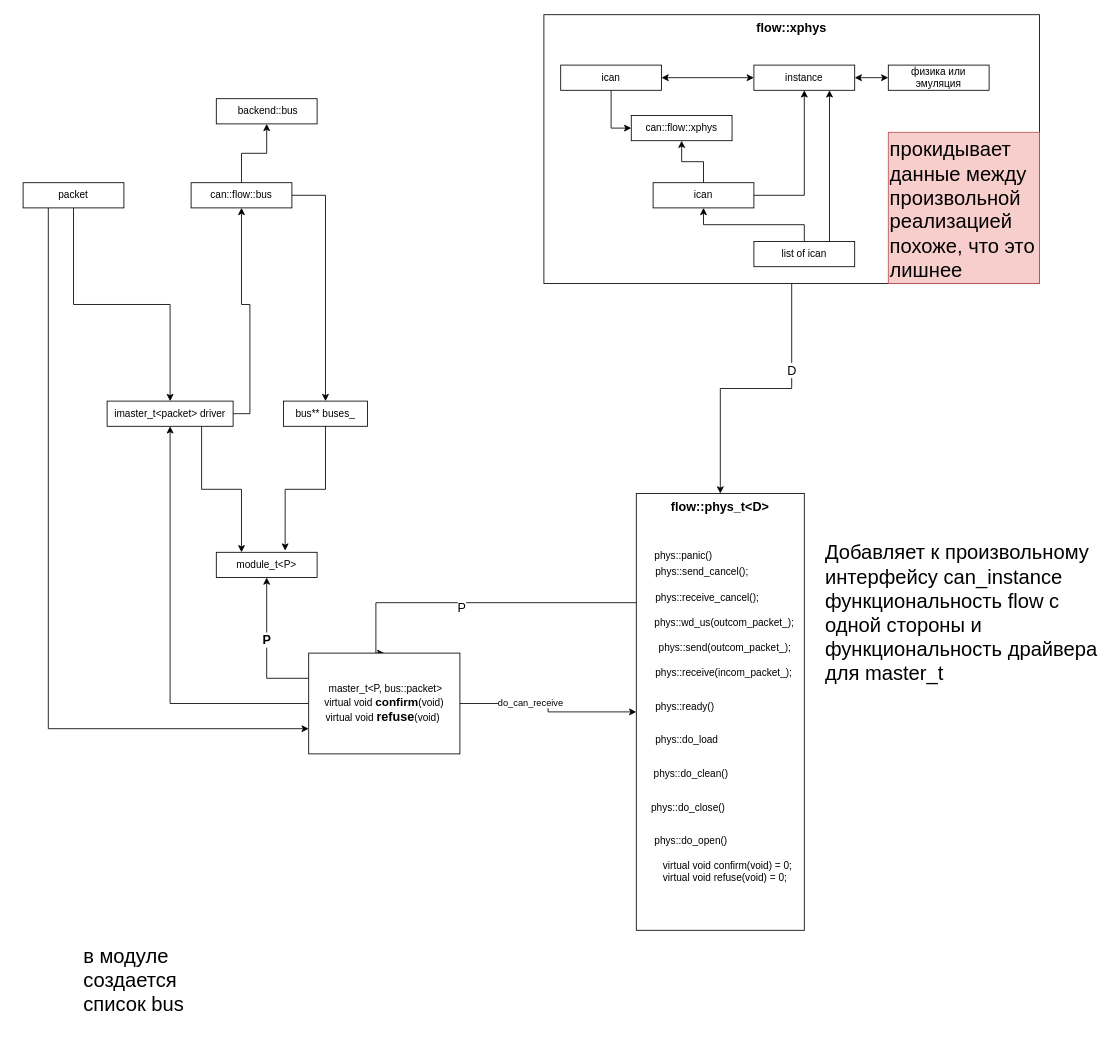
Earlier version of the draw.io diagram content/doc/burst/servo_can_flow_modules.drawio (roboscales/robosd-pp). Source tidied: cells renumbered, new cells numbered last; positions are measured from the earlier drawing's top-left corner, leaving out a move shared by most shapes. Both pictures are drawn from the tidied source at 84%, with x=0, y=0 at pixel (23, 14).
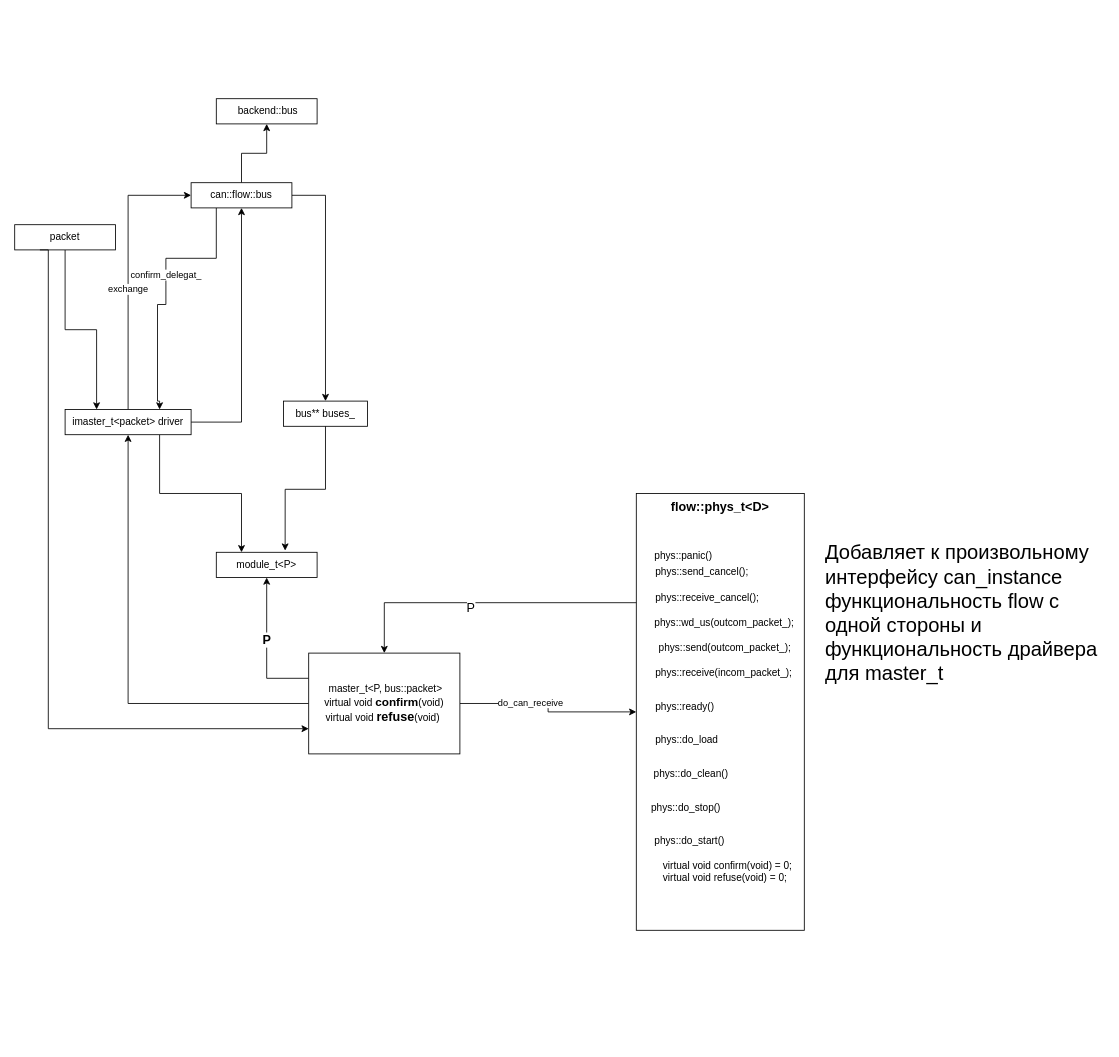
After the change.

The change refers to these unchanged cells:
```xml
<mxCell id="2" value="&lt;b&gt;&lt;font style=&quot;font-size: 15px;&quot;&gt;flow::phys_t&amp;lt;D&amp;gt;&lt;/font&gt;&lt;/b&gt;" style="rounded=0;whiteSpace=wrap;html=1;verticalAlign=top;" parent="1" vertex="1">
  <mxGeometry x="730" y="570" width="200" height="520" as="geometry" />
</mxCell>
<mxCell id="9" value="can::flow::bus" style="rounded=0;whiteSpace=wrap;html=1;" parent="1" vertex="1">
  <mxGeometry x="200" y="200" width="120" height="30" as="geometry" />
</mxCell>
<mxCell id="52" value="&amp;nbsp;master_t&amp;lt;P, bus::packet&amp;gt;&lt;div&gt;&lt;span style=&quot;text-align: left;&quot;&gt;virtual void &lt;b&gt;&lt;font style=&quot;font-size: 14px;&quot;&gt;confirm&lt;/font&gt;&lt;/b&gt;(void)&lt;/span&gt;&lt;br style=&quot;padding: 0px; margin: 0px; text-align: left;&quot;&gt;&lt;span style=&quot;text-align: left;&quot;&gt;virtual void &lt;b&gt;&lt;font style=&quot;font-size: 15px;&quot;&gt;refuse&lt;/font&gt;&lt;/b&gt;(void)&amp;nbsp;&lt;/span&gt;&lt;/div&gt;" style="rounded=0;whiteSpace=wrap;html=1;" parent="1" vertex="1">
  <mxGeometry x="340" y="760" width="180" height="120" as="geometry" />
</mxCell>
```

The edit, as a diff of the source:
```diff
@@
-    <mxCell id="3" style="edgeStyle=orthogonalEdgeStyle;rounded=0;jettySize=auto;html=1;exitX=0.5;exitY=1;exitDx=0;exitDy=0;entryX=0.5;entryY=0;entryDx=0;entryDy=0;" parent="1" edge="1" source="5" target="2">
-      <mxGeometry relative="1" as="geometry" />
-    </mxCell>
-    <mxCell id="4" value="&lt;font style=&quot;font-size: 15px;&quot;&gt;D&lt;/font&gt;" style="edgeLabel;html=1;align=center;verticalAlign=middle;" parent="3" vertex="1">
-      <mxGeometry x="-0.39" y="-1" relative="1" as="geometry" />
-    </mxCell>
-    <mxCell id="5" value="&lt;b&gt;&lt;font style=&quot;font-size: 15px;&quot;&gt;flow::xphys&lt;/font&gt;&lt;/b&gt;" style="rounded=0;whiteSpace=wrap;html=1;verticalAlign=top;" parent="1" vertex="1">
-      <mxGeometry x="620" width="590" height="320" as="geometry" />
-    </mxCell>
@@
+    <mxCell id="55" style="edgeStyle=orthogonalEdgeStyle;rounded=0;jettySize=auto;html=1;exitX=0.25;exitY=1;exitDx=0;exitDy=0;entryX=0.75;entryY=0;entryDx=0;entryDy=0;" parent="1" edge="1" source="9" target="14">
+      <mxGeometry relative="1" as="geometry">
+        <Array as="points">
+          <mxPoint x="230" y="290" />
+          <mxPoint x="170" y="290" />
+          <mxPoint x="170" y="345" />
+          <mxPoint x="160" y="345" />
+          <mxPoint x="160" y="460" />
+        </Array>
+      </mxGeometry>
+    </mxCell>
+    <mxCell id="56" value="confirm_delegat_" style="edgeLabel;html=1;align=center;verticalAlign=middle;" parent="55" vertex="1">
+      <mxGeometry x="-0.23" y="1" relative="1" as="geometry">
+        <mxPoint x="-2" y="19" as="offset" />
+      </mxGeometry>
+    </mxCell>
@@
-    <mxCell id="10" style="edgeStyle=orthogonalEdgeStyle;rounded=0;jettySize=auto;html=1;exitX=0.5;exitY=1;exitDx=0;exitDy=0;entryX=0.5;entryY=0;entryDx=0;entryDy=0;" parent="1" edge="1" source="11" target="14">
+    <mxCell id="10" style="edgeStyle=orthogonalEdgeStyle;rounded=0;jettySize=auto;html=1;exitX=0.5;exitY=1;exitDx=0;exitDy=0;entryX=0.25;entryY=0;entryDx=0;entryDy=0;" parent="1" edge="1" source="11" target="14">
       <mxGeometry relative="1" as="geometry" />
     </mxCell>
     <mxCell id="11" value="packet" style="rounded=0;whiteSpace=wrap;html=1;" parent="1" vertex="1">
-      <mxGeometry y="200" width="120" height="30" as="geometry" />
+      <mxGeometry x="-10" y="250" width="120" height="30" as="geometry" />
     </mxCell>
@@
+    <mxCell id="57" style="edgeStyle=orthogonalEdgeStyle;rounded=0;jettySize=auto;html=1;exitX=0.5;exitY=0;exitDx=0;exitDy=0;entryX=0;entryY=0.5;entryDx=0;entryDy=0;" parent="1" edge="1" source="14" target="9">
+      <mxGeometry relative="1" as="geometry" />
+    </mxCell>
+    <mxCell id="58" value="exchange" style="edgeLabel;html=1;align=center;verticalAlign=middle;" parent="57" vertex="1">
+      <mxGeometry x="-0.13" y="1" relative="1" as="geometry" />
+    </mxCell>
     <mxCell id="14" value="imaster_t&amp;lt;packet&amp;gt; driver" style="rounded=0;whiteSpace=wrap;html=1;" parent="1" vertex="1">
-      <mxGeometry x="100" y="460" width="150" height="30" as="geometry" />
+      <mxGeometry x="50" y="470" width="150" height="30" as="geometry" />
     </mxCell>
-    <mxCell id="15" style="edgeStyle=orthogonalEdgeStyle;rounded=0;jettySize=auto;html=1;exitX=0.5;exitY=0;exitDx=0;exitDy=0;entryX=0.5;entryY=1;entryDx=0;entryDy=0;" parent="1" edge="1" source="17" target="21">
-      <mxGeometry relative="1" as="geometry" />
-    </mxCell>
-    <mxCell id="16" style="edgeStyle=orthogonalEdgeStyle;rounded=0;jettySize=auto;html=1;exitX=1;exitY=0.5;exitDx=0;exitDy=0;entryX=0.5;entryY=1;entryDx=0;entryDy=0;" parent="1" edge="1" source="17" target="24">
-      <mxGeometry relative="1" as="geometry" />
-    </mxCell>
-    <mxCell id="17" value="ican" style="rounded=0;whiteSpace=wrap;html=1;" parent="1" vertex="1">
-      <mxGeometry x="750" y="200" width="120" height="30" as="geometry" />
-    </mxCell>
-    <mxCell id="18" style="edgeStyle=orthogonalEdgeStyle;rounded=0;jettySize=auto;html=1;exitX=0.5;exitY=0;exitDx=0;exitDy=0;entryX=0.5;entryY=1;entryDx=0;entryDy=0;" parent="1" edge="1" source="20" target="17">
-      <mxGeometry relative="1" as="geometry" />
-    </mxCell>
-    <mxCell id="19" style="edgeStyle=orthogonalEdgeStyle;rounded=0;jettySize=auto;html=1;exitX=0.75;exitY=0;exitDx=0;exitDy=0;entryX=0.75;entryY=1;entryDx=0;entryDy=0;" parent="1" edge="1" source="20" target="24">
-      <mxGeometry relative="1" as="geometry" />
-    </mxCell>
-    <mxCell id="20" value="list of ican" style="rounded=0;whiteSpace=wrap;html=1;" parent="1" vertex="1">
-      <mxGeometry x="870" y="270" width="120" height="30" as="geometry" />
-    </mxCell>
-    <mxCell id="21" value="can::flow::xphys" style="rounded=0;whiteSpace=wrap;html=1;" parent="1" vertex="1">
-      <mxGeometry x="724" y="120" width="120" height="30" as="geometry" />
-    </mxCell>
-    <mxCell id="22" style="edgeStyle=orthogonalEdgeStyle;rounded=0;jettySize=auto;html=1;exitX=0;exitY=0.5;exitDx=0;exitDy=0;entryX=1;entryY=0.5;entryDx=0;entryDy=0;startArrow=classic;startFill=1;" parent="1" edge="1" source="24" target="26">
-      <mxGeometry relative="1" as="geometry" />
-    </mxCell>
-    <mxCell id="23" style="edgeStyle=orthogonalEdgeStyle;rounded=0;jettySize=auto;html=1;exitX=1;exitY=0.5;exitDx=0;exitDy=0;strokeColor=default;align=center;verticalAlign=middle;fontFamily=Helvetica;fontSize=11;fontColor=default;labelBackgroundColor=default;startArrow=classic;startFill=1;endArrow=classic;" parent="1" edge="1" source="24" target="27">
-      <mxGeometry relative="1" as="geometry" />
-    </mxCell>
-    <mxCell id="24" value="instance" style="rounded=0;whiteSpace=wrap;html=1;" parent="1" vertex="1">
-      <mxGeometry x="870" y="60" width="120" height="30" as="geometry" />
-    </mxCell>
-    <mxCell id="25" style="edgeStyle=orthogonalEdgeStyle;rounded=0;jettySize=auto;html=1;exitX=0.5;exitY=1;exitDx=0;exitDy=0;entryX=0;entryY=0.5;entryDx=0;entryDy=0;" parent="1" edge="1" source="26" target="21">
-      <mxGeometry relative="1" as="geometry" />
-    </mxCell>
-    <mxCell id="26" value="ican" style="rounded=0;whiteSpace=wrap;html=1;" parent="1" vertex="1">
-      <mxGeometry x="640" y="60" width="120" height="30" as="geometry" />
-    </mxCell>
-    <mxCell id="27" value="физика или эмуляция" style="rounded=0;whiteSpace=wrap;html=1;" parent="1" vertex="1">
-      <mxGeometry x="1030" y="60" width="120" height="30" as="geometry" />
-    </mxCell>
     <mxCell id="28" style="edgeStyle=orthogonalEdgeStyle;rounded=0;jettySize=auto;html=1;exitX=0;exitY=0.25;exitDx=0;exitDy=0;entryX=0.5;entryY=0;entryDx=0;entryDy=0;" parent="1" edge="1" source="2" target="52">
       <mxGeometry relative="1" as="geometry">
         <Array as="points">
-          <mxPoint x="420" y="700" />
-          <mxPoint x="420" y="760" />
+          <mxPoint x="430" y="700" />
         </Array>
       </mxGeometry>
     </mxCell>
@@
-    <mxCell id="32" value="&lt;h1 style=&quot;margin-top: 0px;&quot;&gt;&lt;span style=&quot;font-weight: normal;&quot;&gt;в модуле создается список bus&amp;nbsp;&lt;/span&gt;&lt;/h1&gt;" style="text;html=1;whiteSpace=wrap;overflow=hidden;rounded=0;" parent="1" vertex="1">
-      <mxGeometry x="70" y="1100" width="180" height="120" as="geometry" />
-    </mxCell>
-    <mxCell id="33" value="&lt;h1 style=&quot;margin-top: 0px;&quot;&gt;&lt;span style=&quot;font-weight: normal;&quot;&gt;прокидывает данные между произвольной реализацией похоже, что это лишнее&amp;nbsp;&lt;/span&gt;&lt;/h1&gt;" style="text;html=1;whiteSpace=wrap;overflow=hidden;rounded=0;fillColor=#f8cecc;strokeColor=#b85450;" parent="1" vertex="1">
-      <mxGeometry x="1030" y="140" width="180" height="180" as="geometry" />
-    </mxCell>
@@
-    <mxCell id="44" value="phys::do_open()" style="text;whiteSpace=wrap;" parent="1" vertex="1">
+    <mxCell id="44" value="phys::do_start()" style="text;whiteSpace=wrap;" parent="1" vertex="1">
       <mxGeometry x="750" y="970" width="120" height="40" as="geometry" />
     </mxCell>
-    <mxCell id="45" value="phys::do_close()" style="text;whiteSpace=wrap;" parent="1" vertex="1">
+    <mxCell id="45" value="phys::do_stop()" style="text;whiteSpace=wrap;" parent="1" vertex="1">
       <mxGeometry x="746" y="930" width="120" height="40" as="geometry" />
     </mxCell>
```
